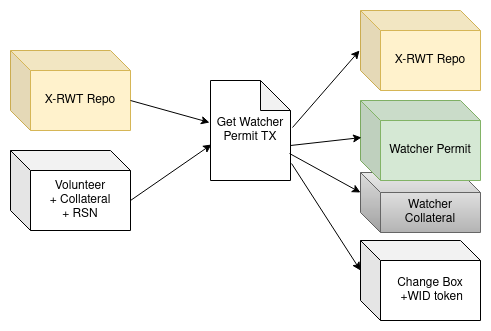
The draw.io diagram images/Get_Permit.png in rosen-bridge/contract, before a commit. Source tidied: cells renumbered, new cells last; positions are measured from the earlier drawing's top-left corner, leaving out a move shared by most shapes.
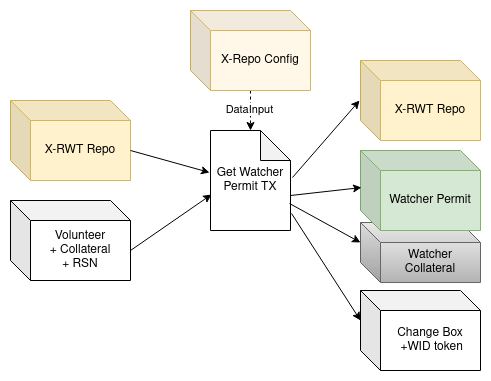
Above is the later version.

Commit message:
Update multiple repo support in documentation

The edit, as a diff of the source:
```diff
@@ -41,5 +41,14 @@
     <mxCell id="14" style="endArrow=classic;html=1;rounded=0;exitX=0.988;exitY=0.73;exitDx=0;exitDy=0;exitPerimeter=0;entryX=0;entryY=0;entryDx=0;entryDy=20;entryPerimeter=0;" parent="1" edge="1" source="5" target="2">
       <mxGeometry relative="1" as="geometry" />
     </mxCell>
+    <mxCell id="15" style="edgeStyle=orthogonalEdgeStyle;rounded=0;jettySize=auto;html=1;dashed=1;" parent="1" edge="1" source="17" target="5">
+      <mxGeometry relative="1" as="geometry" />
+    </mxCell>
+    <mxCell id="16" value="DataInput" style="edgeLabel;html=1;align=center;verticalAlign=middle;" parent="15" vertex="1">
+      <mxGeometry x="-0.1" y="-2" relative="1" as="geometry" />
+    </mxCell>
+    <mxCell id="17" value="&lt;div&gt;X-Repo Config&lt;br&gt;&lt;/div&gt;" style="shape=cube;whiteSpace=wrap;html=1;boundedLbl=1;backgroundOutline=1;darkOpacity=0.05;darkOpacity2=0.1;fillColor=#FFF7E8;strokeColor=#d6b656;" parent="1" vertex="1">
+      <mxGeometry x="180" y="-50" width="120" height="80" as="geometry" />
+    </mxCell>
   </root>
 </mxGraphModel>
```
